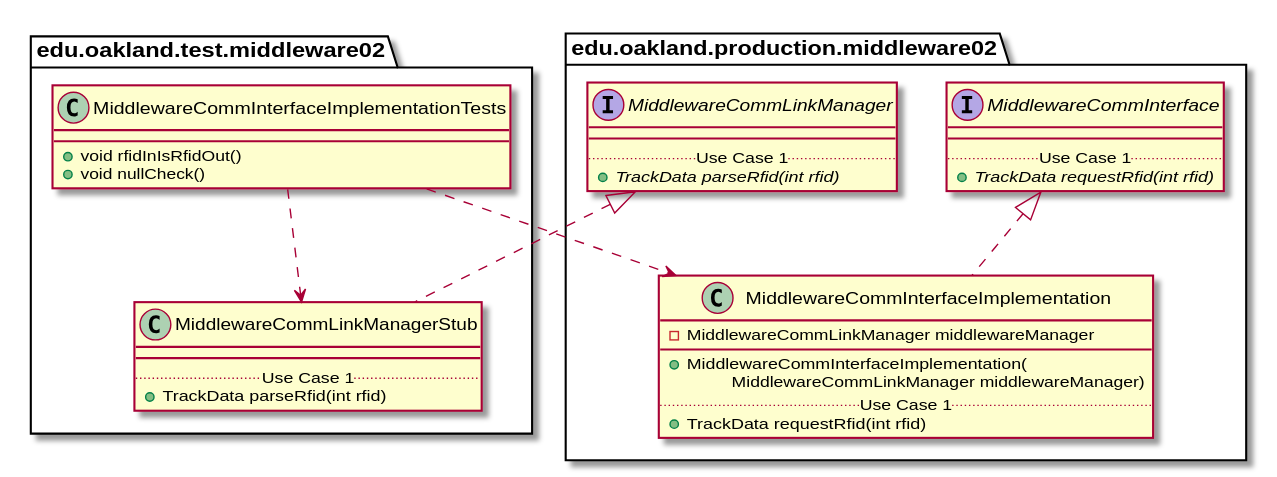
andrewdimmer/csi-3370-software-project keeps this PlantUML diagram as docs/uml-class-diagrams/middleware02/test/MiddlewareCommInterfaceImplementationTests/MiddlewareCommInterfaceImplementationTests_Closure.svg. Above is the earlier version.
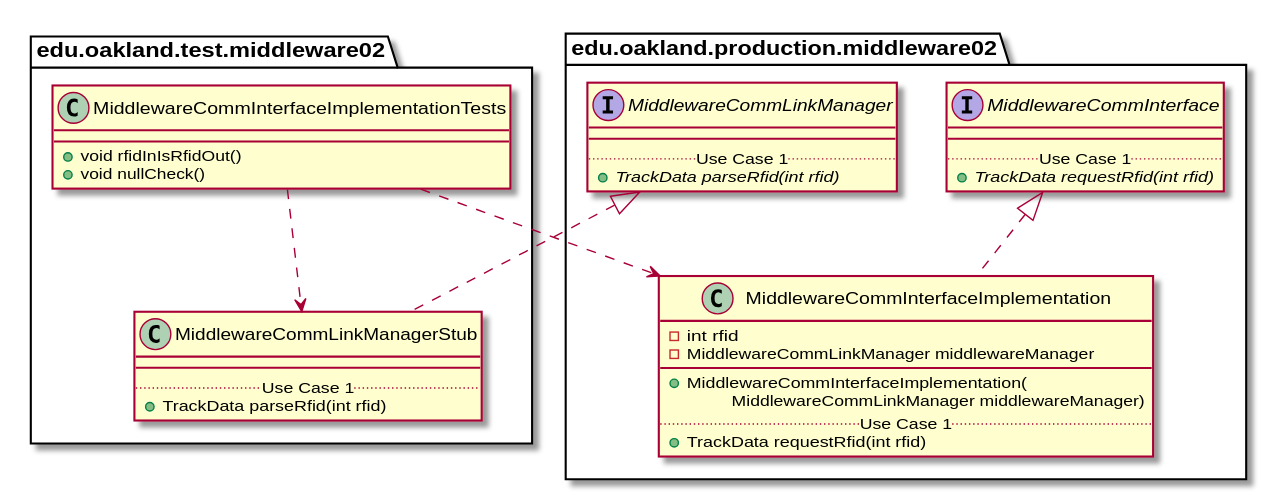
The same diagram one commit later.

The edit, as a diff of the source:
```diff
@@ -45,6 +45,7 @@
 
 package edu.oakland.production.middleware02 {
     class MiddlewareCommInterfaceImplementation {
+        - int rfid
         - MiddlewareCommLinkManager middlewareManager
         __
         + MiddlewareCommInterfaceImplementation(
```
